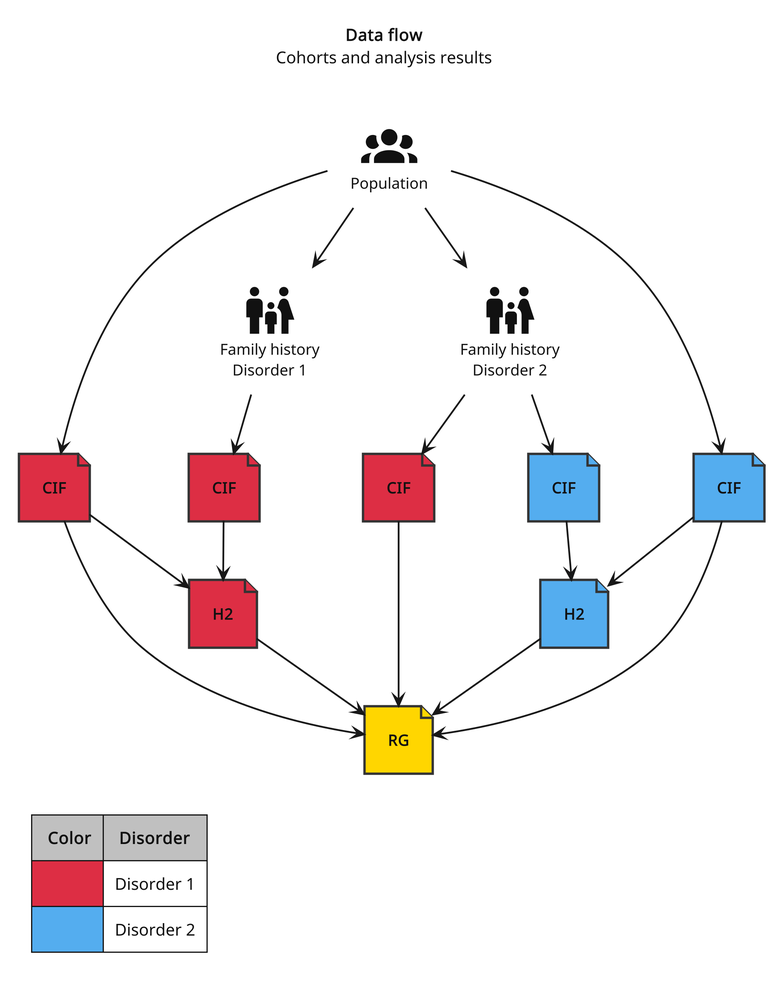
Above: guides/diagrams/pipeline-dag.png in BioPsyk/epimight (PlantUML), before the change.
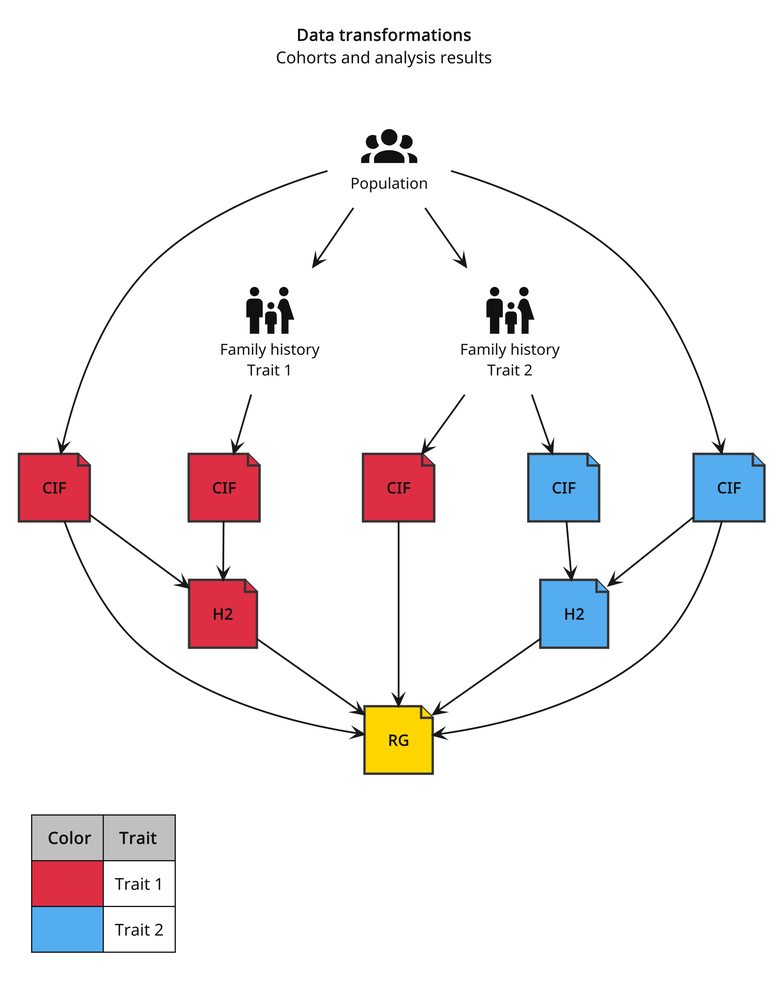
After the change.

What changed in the source:
```diff
@@ -2,7 +2,6 @@
 !include <material7.4.47/AccountUser/AccountGroup>
 !include <material7.4.47/PeopleFamily/HumanMaleFemaleChild>
 !include ../diagrams/ibp.puml
-
 
 skinparam nodesep 80
 skinparam ranksep 50
@@ -33,44 +32,43 @@
 
 skinparam defaultTextAlignment center
 
-title "**Data flow**\nCohorts and analysis results"
+title "**Data transformations**\nCohorts and analysis results"
 
 card "<$mdiAccountGroup{scale=1}>\nPopulation" as pop
-card "<$mdiHumanMaleFemaleChild{scale=1}>\nFamily history\nDisorder 1" as fh1
-card "<$mdiHumanMaleFemaleChild{scale=1}>\nFamily history\nDisorder 2" as fh2
-file "**CIF**" as cif_d1_pop #dd2e44
-file "**CIF**" as cif_d1_fh1 #dd2e44
-file "**CIF**" as cif_d1_fh2 #dd2e44
-file "**CIF**" as cif_d2_pop #54adef
-file "**CIF**" as cif_d2_fh2 #54adef
-file "**H2**" as h2_d1 #dd2e44
-file "**H2**" as h2_d2 #54adef
+card "<$mdiHumanMaleFemaleChild{scale=1}>\nFamily history\nTrait 1" as fh1
+card "<$mdiHumanMaleFemaleChild{scale=1}>\nFamily history\nTrait 2" as fh2
+file "**CIF**" as cif_t1_pop #dd2e44
+file "**CIF**" as cif_t1_fh1 #dd2e44
+file "**CIF**" as cif_t1_fh2 #dd2e44
+file "**CIF**" as cif_t2_pop #54adef
+file "**CIF**" as cif_t2_fh2 #54adef
+file "**H2**" as h2_t1 #dd2e44
+file "**H2**" as h2_t2 #54adef
 file "**RG**" as rg #ffd600
 
 legend left
-  <#silver>|= Color|= Disorder|
-  |<#dd2e44>|Disorder 1|
-  |<#54adef>|Disorder 2|
+  <#silver>|= Color|= Trait|
+  |<#dd2e44>|Trait 1|
+  |<#54adef>|Trait 2|
 endlegend
 
 pop --> fh1
 pop --> fh2
-pop --> cif_d2_pop
-pop --> cif_d1_pop
-fh1 --> cif_d1_fh1
-fh2 --> cif_d1_fh2
-fh2 --> cif_d2_fh2
+pop --> cif_t2_pop
+pop --> cif_t1_pop
+fh1 --> cif_t1_fh1
+fh2 --> cif_t1_fh2
+fh2 --> cif_t2_fh2
 
-cif_d2_pop --> h2_d2
-cif_d2_fh2 --> h2_d2
+cif_t2_pop --> h2_t2
+cif_t2_fh2 --> h2_t2
 
-cif_d1_pop --> h2_d1
-cif_d1_fh1 --> h2_d1
+cif_t1_pop --> h2_t1
+cif_t1_fh1 --> h2_t1
 
-cif_d1_fh2 ---> rg
-cif_d1_pop --> rg
-cif_d2_pop --> rg
-h2_d1 --> rg
-h2_d2 --> rg
-
+cif_t1_fh2 ---> rg
+cif_t1_pop --> rg
+cif_t2_pop --> rg
+h2_t1 --> rg
+h2_t2 --> rg
 @enduml
```
